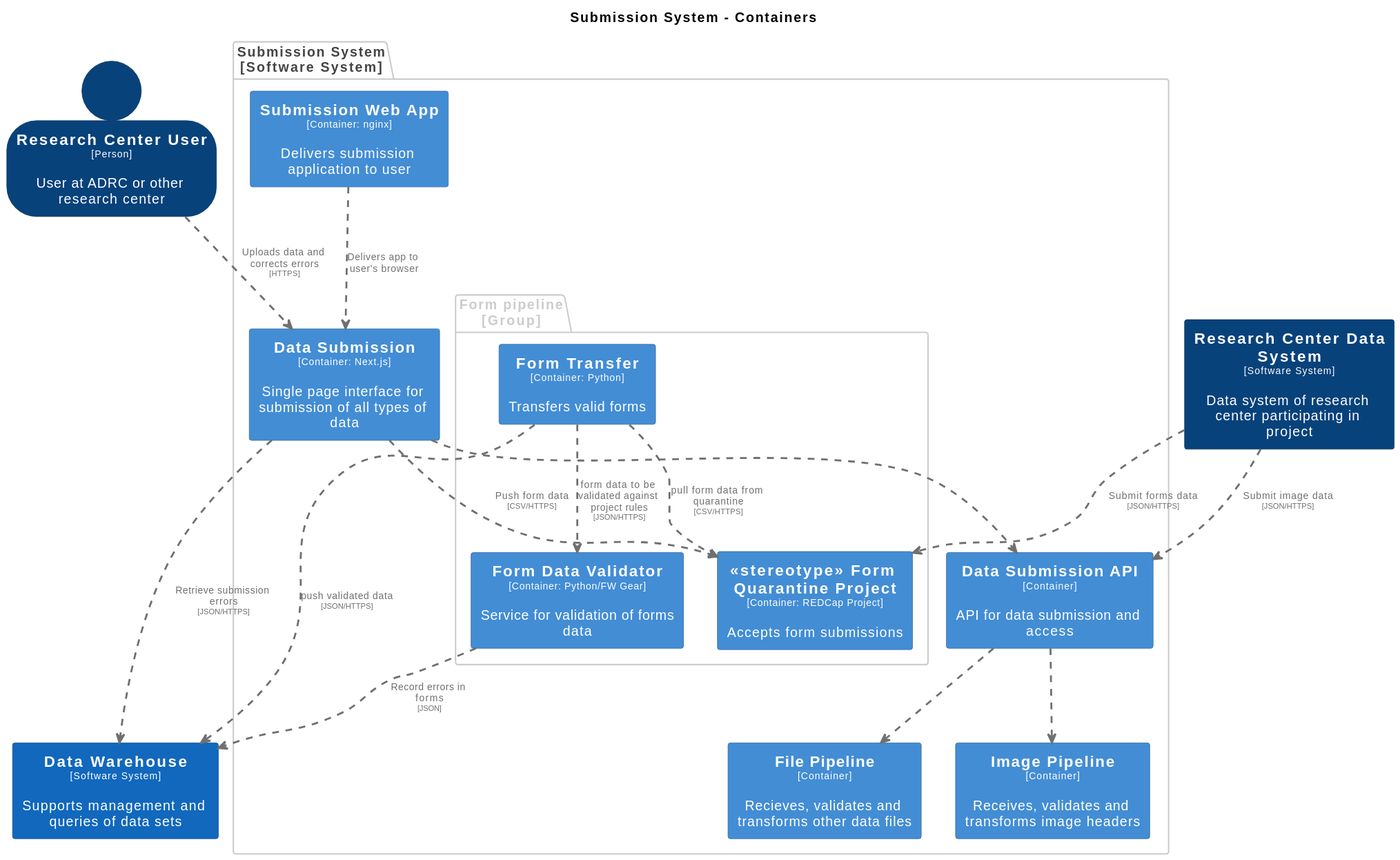
Before: docs/images/structurizr-SubmissionContainers.svg, a diagram exported from PlantUML (naccdata/system-design).
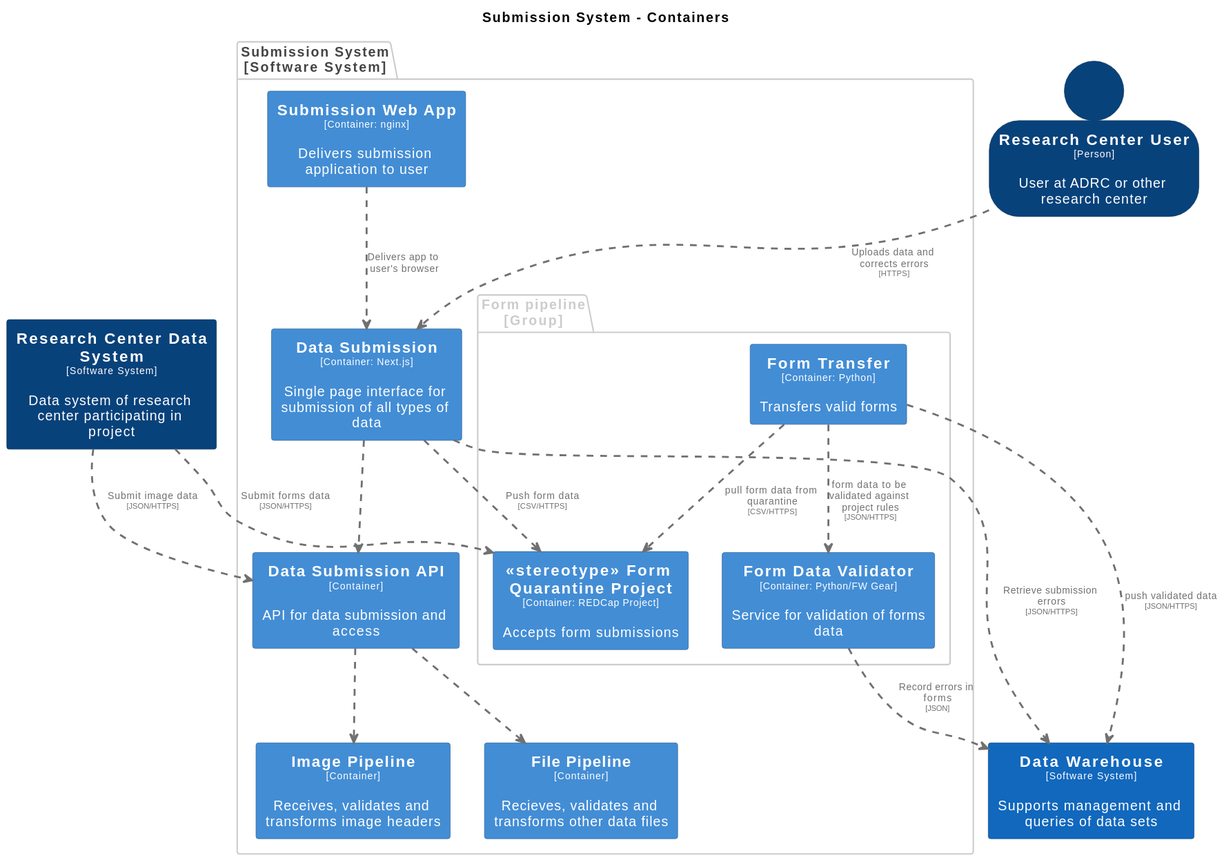
The same diagram one commit later.

Change to the diagram source:
```diff
@@ -69,9 +69,9 @@
   BorderColor #2e6295
 }
 
+rectangle "==Data Warehouse\n<size:10>[Software System]</size>\n\nSupports management and queries of data sets" <<DataWarehouse>> as DataWarehouse
 person "==Research Center User\n<size:10>[Person]</size>\n\nUser at ADRC or other research center" <<ResearchCenterUser>> as ResearchCenterUser
 rectangle "==Research Center Data System\n<size:10>[Software System]</size>\n\nData system of research center participating in project" <<ResearchCenterDataSystem>> as ResearchCenterDataSystem
-rectangle "==Data Warehouse\n<size:10>[Software System]</size>\n\nSupports management and queries of data sets" <<DataWarehouse>> as DataWarehouse
 
 package "Submission System\n[Software System]" <<SubmissionSystem>> {
   skinparam PackageBorderColor<<SubmissionSystem>> #444444
```
